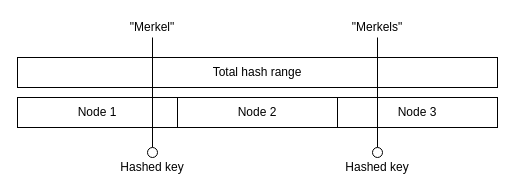
Above: page "dht" (5 of 7) of Diagramme.drawio in htw-projekt-p2p-volltextsuche/vortrag (draw.io), before the change. Source tidied: cells renumbered, new cells numbered last; positions are measured from the earlier drawing's top-left corner, leaving out a move shared by most shapes. Both pictures are drawn from the tidied source at 100%, with x=0, y=0 at pixel (17, 17).
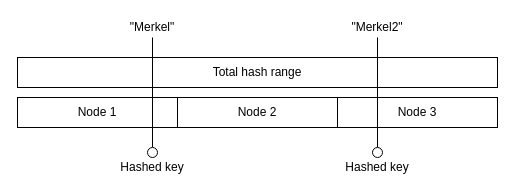
After the change.

Change to the diagram source:
```diff
@@
 <mxGraphModel>
   <root>
     <mxCell id="0" />
     <mxCell id="1" parent="0" />
     <mxCell id="2" value="Total hash range" style="rounded=0;whiteSpace=wrap;html=1;" parent="1" vertex="1">
       <mxGeometry y="40" width="480" height="30" as="geometry" />
     </mxCell>
     <mxCell id="3" value="Node 1" style="rounded=0;whiteSpace=wrap;html=1;" parent="1" vertex="1">
       <mxGeometry y="80" width="160" height="30" as="geometry" />
     </mxCell>
     <mxCell id="4" value="Node 2" style="rounded=0;whiteSpace=wrap;html=1;" parent="1" vertex="1">
       <mxGeometry x="160" y="80" width="160" height="30" as="geometry" />
     </mxCell>
     <mxCell id="5" value="Node 3" style="rounded=0;whiteSpace=wrap;html=1;" parent="1" vertex="1">
       <mxGeometry x="320" y="80" width="160" height="30" as="geometry" />
     </mxCell>
     <mxCell id="6" style="edgeStyle=orthogonalEdgeStyle;rounded=0;jettySize=auto;html=1;startArrow=none;startFill=0;endArrow=none;endFill=0;" parent="1" edge="1" source="7">
       <mxGeometry relative="1" as="geometry">
         <mxPoint x="135" y="20" as="targetPoint" />
       </mxGeometry>
     </mxCell>
     <mxCell id="7" style="ellipse;whiteSpace=wrap;html=1;" parent="1" vertex="1">
       <mxGeometry x="130" y="130" width="10" height="10" as="geometry" />
     </mxCell>
     <mxCell id="8" value="Hashed key" style="text;html=1;strokeColor=none;fillColor=none;align=center;verticalAlign=middle;whiteSpace=wrap;rounded=0;" parent="1" vertex="1">
       <mxGeometry x="85" y="140" width="100" height="20" as="geometry" />
     </mxCell>
     <mxCell id="9" value="&quot;Merkel&quot;" style="text;html=1;strokeColor=none;fillColor=none;align=center;verticalAlign=middle;whiteSpace=wrap;rounded=0;dashed=1;dashPattern=1 2;" parent="1" vertex="1">
       <mxGeometry x="115" width="40" height="20" as="geometry" />
     </mxCell>
     <mxCell id="10" value="Hashed key" style="text;html=1;strokeColor=none;fillColor=none;align=center;verticalAlign=middle;whiteSpace=wrap;rounded=0;" parent="1" vertex="1">
       <mxGeometry x="310" y="140" width="100" height="20" as="geometry" />
     </mxCell>
     <mxCell id="11" style="edgeStyle=orthogonalEdgeStyle;rounded=0;jettySize=auto;html=1;endArrow=none;endFill=0;" parent="1" edge="1" source="12">
       <mxGeometry relative="1" as="geometry">
         <mxPoint x="360" y="20" as="targetPoint" />
       </mxGeometry>
     </mxCell>
     <mxCell id="12" style="ellipse;whiteSpace=wrap;html=1;" parent="1" vertex="1">
       <mxGeometry x="355" y="130" width="10" height="10" as="geometry" />
     </mxCell>
-    <mxCell id="13" value="&quot;Merkels&quot;" style="text;html=1;strokeColor=none;fillColor=none;align=center;verticalAlign=middle;whiteSpace=wrap;rounded=0;dashed=1;dashPattern=1 2;" parent="1" vertex="1">
+    <mxCell id="13" value="&quot;Merkel2&quot;" style="text;html=1;strokeColor=none;fillColor=none;align=center;verticalAlign=middle;whiteSpace=wrap;rounded=0;dashed=1;dashPattern=1 2;" parent="1" vertex="1">
       <mxGeometry x="340" width="40" height="20" as="geometry" />
     </mxCell>
   </root>
 </mxGraphModel>
```
